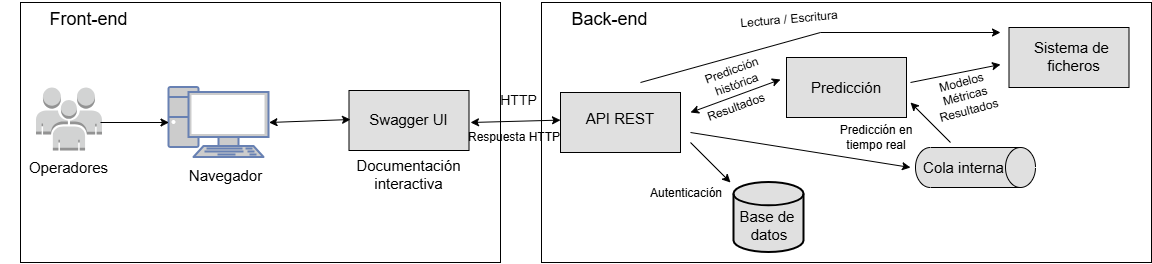
Jorgesi27/TFG_FraudeElectricoML keeps this draw.io diagram as Latex/imagenes/arquitectura_sistema.png. Above is the earlier version. Source tidied: cells renumbered, new cells last; positions are measured from the earlier drawing's top-left corner, leaving out a move shared by most shapes. Its diagram source:
```xml
<mxGraphModel>
  <root>
    <mxCell id="0" />
    <mxCell id="1" parent="0" />
    <mxCell id="2" style="rounded=0;whiteSpace=wrap;html=1;" parent="1" vertex="1">
      <mxGeometry x="20" width="480" height="260" as="geometry" />
    </mxCell>
    <mxCell id="3" style="dashed=0;verticalLabelPosition=bottom;verticalAlign=top;align=center;html=1;shape=mxgraph.aws3.users;fillColor=#D2D3D3;gradientColor=none;" parent="1" vertex="1">
      <mxGeometry x="35.5" y="85" width="66" height="63" as="geometry" />
    </mxCell>
    <mxCell id="4" value="&lt;font style=&quot;font-size: 15px;&quot;&gt;Operadores&lt;/font&gt;" style="text;html=1;whiteSpace=wrap;strokeColor=none;fillColor=none;align=center;verticalAlign=middle;rounded=0;" parent="1" vertex="1">
      <mxGeometry y="148" width="137" height="34" as="geometry" />
    </mxCell>
    <mxCell id="5" style="fontColor=#0066CC;verticalAlign=top;verticalLabelPosition=bottom;labelPosition=center;align=center;html=1;outlineConnect=0;fillColor=#CCCCCC;strokeColor=#6881B3;gradientColor=none;gradientDirection=north;strokeWidth=2;shape=mxgraph.networks.pc;" parent="1" vertex="1">
      <mxGeometry x="168.5" y="85" width="100" height="70" as="geometry" />
    </mxCell>
    <mxCell id="6" value="&lt;font style=&quot;font-size: 15px;&quot;&gt;Navegador&lt;/font&gt;" style="text;html=1;whiteSpace=wrap;strokeColor=none;fillColor=none;align=center;verticalAlign=middle;rounded=0;" parent="1" vertex="1">
      <mxGeometry x="157" y="156.5" width="137" height="34" as="geometry" />
    </mxCell>
    <mxCell id="7" style="rounded=0;whiteSpace=wrap;html=1;fillStyle=solid;fillColor=#E0E0E0;" parent="1" vertex="1">
      <mxGeometry x="348.5" y="88" width="120" height="60" as="geometry" />
    </mxCell>
    <mxCell id="8" value="&lt;font style=&quot;font-size: 15px;&quot;&gt;Swagger UI&lt;/font&gt;" style="text;html=1;whiteSpace=wrap;strokeColor=none;fillColor=none;align=center;verticalAlign=middle;rounded=0;" parent="1" vertex="1">
      <mxGeometry x="350" y="104" width="117" height="26" as="geometry" />
    </mxCell>
    <mxCell id="9" value="&lt;font style=&quot;font-size: 15px;&quot;&gt;Documentación interactiva&lt;/font&gt;" style="text;html=1;whiteSpace=wrap;strokeColor=none;fillColor=none;align=center;verticalAlign=middle;rounded=0;" parent="1" vertex="1">
      <mxGeometry x="340" y="155" width="137" height="34" as="geometry" />
    </mxCell>
    <mxCell id="10" value="&lt;font style=&quot;font-size: 18px;&quot;&gt;Front-end&lt;/font&gt;" style="text;html=1;whiteSpace=wrap;strokeColor=none;fillColor=none;align=center;verticalAlign=middle;rounded=0;" parent="1" vertex="1">
      <mxGeometry x="20" width="137" height="34" as="geometry" />
    </mxCell>
    <mxCell id="11" style="verticalLabelPosition=bottom;verticalAlign=top;html=1;shape=mxgraph.basic.rect;fillColor2=none;strokeWidth=1;size=20;indent=5;" parent="1" vertex="1">
      <mxGeometry x="541" width="610" height="260" as="geometry" />
    </mxCell>
    <mxCell id="12" style="rounded=0;whiteSpace=wrap;html=1;fillStyle=solid;fillColor=#E0E0E0;" parent="1" vertex="1">
      <mxGeometry x="560" y="90" width="120" height="60" as="geometry" />
    </mxCell>
    <mxCell id="13" value="&lt;font style=&quot;font-size: 15px;&quot;&gt;API REST&lt;/font&gt;" style="text;html=1;whiteSpace=wrap;strokeColor=none;fillColor=none;align=center;verticalAlign=middle;rounded=0;" parent="1" vertex="1">
      <mxGeometry x="560" y="102" width="120" height="28" as="geometry" />
    </mxCell>
    <mxCell id="14" style="rounded=0;whiteSpace=wrap;html=1;fillStyle=solid;fillColor=#E0E0E0;" parent="1" vertex="1">
      <mxGeometry x="786" y="55" width="120" height="60" as="geometry" />
    </mxCell>
    <mxCell id="15" value="&lt;font style=&quot;font-size: 15px;&quot;&gt;Predicción&lt;/font&gt;" style="text;html=1;whiteSpace=wrap;strokeColor=none;fillColor=none;align=center;verticalAlign=middle;rounded=0;" parent="1" vertex="1">
      <mxGeometry x="786" y="68" width="120" height="34" as="geometry" />
    </mxCell>
    <mxCell id="16" style="rounded=0;whiteSpace=wrap;html=1;fillStyle=solid;fillColor=#E0E0E0;" parent="1" vertex="1">
      <mxGeometry x="1008.5" y="25" width="120" height="60" as="geometry" />
    </mxCell>
    <mxCell id="17" value="&lt;font style=&quot;font-size: 15px;&quot;&gt;Sistema de&amp;nbsp;&lt;/font&gt;&lt;div&gt;&lt;font style=&quot;font-size: 15px;&quot;&gt;ficheros&lt;/font&gt;&lt;/div&gt;" style="text;html=1;whiteSpace=wrap;strokeColor=none;fillColor=none;align=center;verticalAlign=middle;rounded=0;" parent="1" vertex="1">
      <mxGeometry x="1010" y="37" width="127" height="34" as="geometry" />
    </mxCell>
    <mxCell id="18" style="strokeWidth=2;html=1;shape=mxgraph.flowchart.database;whiteSpace=wrap;fillColor=#E0E0E0;" parent="1" vertex="1">
      <mxGeometry x="733.5" y="180" width="70" height="70" as="geometry" />
    </mxCell>
    <mxCell id="19" value="&lt;font style=&quot;font-size: 15px;&quot;&gt;Base de&amp;nbsp;&lt;/font&gt;&lt;div&gt;&lt;font style=&quot;font-size: 15px;&quot;&gt;datos&lt;/font&gt;&lt;/div&gt;" style="text;html=1;whiteSpace=wrap;strokeColor=none;fillColor=none;align=center;verticalAlign=middle;rounded=0;" parent="1" vertex="1">
      <mxGeometry x="733.5" y="206" width="70" height="34" as="geometry" />
    </mxCell>
    <mxCell id="20" style="shape=cylinder3;whiteSpace=wrap;html=1;boundedLbl=1;backgroundOutline=1;size=15;rotation=90;fillColor=#E0E0E0;" parent="1" vertex="1">
      <mxGeometry x="955" y="105" width="40" height="120" as="geometry" />
    </mxCell>
    <mxCell id="21" value="&lt;font style=&quot;font-size: 15px;&quot;&gt;Cola interna&lt;/font&gt;" style="text;html=1;whiteSpace=wrap;strokeColor=none;fillColor=none;align=center;verticalAlign=middle;rounded=0;" parent="1" vertex="1">
      <mxGeometry x="910" y="148" width="107" height="34" as="geometry" />
    </mxCell>
    <mxCell id="22" style="endArrow=classic;startArrow=classic;html=1;rounded=0;entryX=0;entryY=0.5;entryDx=0;entryDy=0;exitX=1;exitY=0.5;exitDx=0;exitDy=0;exitPerimeter=0;" parent="1" edge="1" source="5" target="8">
      <mxGeometry relative="1" as="geometry" />
    </mxCell>
    <mxCell id="23" style="endArrow=classic;html=1;rounded=0;entryX=0;entryY=0.5;entryDx=0;entryDy=0;entryPerimeter=0;" parent="1" edge="1" target="5">
      <mxGeometry relative="1" as="geometry">
        <mxPoint x="100" y="120" as="sourcePoint" />
      </mxGeometry>
    </mxCell>
    <mxCell id="24" style="endArrow=classic;startArrow=classic;html=1;rounded=0;" parent="1" edge="1" target="13">
      <mxGeometry relative="1" as="geometry">
        <mxPoint x="470" y="120" as="sourcePoint" />
      </mxGeometry>
    </mxCell>
    <mxCell id="25" style="endArrow=classic;html=1;rounded=0;" parent="1" edge="1">
      <mxGeometry relative="1" as="geometry">
        <mxPoint x="690" y="140" as="sourcePoint" />
        <mxPoint x="730" y="180" as="targetPoint" />
      </mxGeometry>
    </mxCell>
    <mxCell id="26" style="endArrow=classic;html=1;rounded=0;entryX=0;entryY=0.5;entryDx=0;entryDy=0;" parent="1" edge="1" target="21">
      <mxGeometry relative="1" as="geometry">
        <mxPoint x="690" y="130" as="sourcePoint" />
      </mxGeometry>
    </mxCell>
    <mxCell id="27" style="endArrow=classic;html=1;rounded=0;" parent="1" edge="1">
      <mxGeometry relative="1" as="geometry">
        <mxPoint x="950" y="140" as="sourcePoint" />
        <mxPoint x="910" y="100" as="targetPoint" />
      </mxGeometry>
    </mxCell>
    <mxCell id="28" style="endArrow=classic;startArrow=classic;html=1;rounded=0;" parent="1" edge="1">
      <mxGeometry relative="1" as="geometry">
        <mxPoint x="690" y="110" as="sourcePoint" />
        <mxPoint x="780" y="77" as="targetPoint" />
      </mxGeometry>
    </mxCell>
    <mxCell id="29" style="endArrow=classic;html=1;rounded=0;" parent="1" edge="1">
      <mxGeometry relative="1" as="geometry">
        <mxPoint x="640" y="80" as="sourcePoint" />
        <mxPoint x="1000" y="30" as="targetPoint" />
        <Array as="points">
          <mxPoint x="820" y="30" />
        </Array>
      </mxGeometry>
    </mxCell>
    <mxCell id="30" style="endArrow=classic;html=1;rounded=0;" parent="1" edge="1">
      <mxGeometry relative="1" as="geometry">
        <mxPoint x="910" y="80" as="sourcePoint" />
        <mxPoint x="1000" y="62" as="targetPoint" />
      </mxGeometry>
    </mxCell>
    <mxCell id="31" value="&lt;font style=&quot;font-size: 18px;&quot;&gt;Back-end&lt;/font&gt;" style="text;html=1;whiteSpace=wrap;strokeColor=none;fillColor=none;align=center;verticalAlign=middle;rounded=0;" parent="1" vertex="1">
      <mxGeometry x="541" width="137" height="34" as="geometry" />
    </mxCell>
    <mxCell id="32" value="&lt;font style=&quot;font-size: 14px;&quot;&gt;HTTP&lt;/font&gt;" style="text;html=1;whiteSpace=wrap;strokeColor=none;fillColor=none;align=center;verticalAlign=middle;rounded=0;" parent="1" vertex="1">
      <mxGeometry x="450" y="81" width="137" height="34" as="geometry" />
    </mxCell>
    <mxCell id="33" value="&lt;font&gt;Respuesta HTTP&lt;/font&gt;" style="text;html=1;whiteSpace=wrap;strokeColor=none;fillColor=none;align=center;verticalAlign=middle;rounded=0;" parent="1" vertex="1">
      <mxGeometry x="458.5" y="120" width="111.5" height="30" as="geometry" />
    </mxCell>
    <mxCell id="34" value="&lt;font&gt;Autenticación&lt;/font&gt;" style="text;html=1;whiteSpace=wrap;strokeColor=none;fillColor=none;align=center;verticalAlign=middle;rounded=0;" parent="1" vertex="1">
      <mxGeometry x="630" y="176" width="111.5" height="30" as="geometry" />
    </mxCell>
    <mxCell id="35" value="&lt;font&gt;Predicción en tiempo real&lt;/font&gt;" style="text;html=1;whiteSpace=wrap;strokeColor=none;fillColor=none;align=center;verticalAlign=middle;rounded=0;" parent="1" vertex="1">
      <mxGeometry x="820" y="120" width="111.5" height="30" as="geometry" />
    </mxCell>
    <mxCell id="36" value="&lt;font&gt;Predicción&lt;/font&gt;&lt;div&gt;&lt;font&gt;histórica&lt;/font&gt;&lt;/div&gt;" style="text;html=1;whiteSpace=wrap;strokeColor=none;fillColor=none;align=center;verticalAlign=middle;rounded=0;rotation=-20;" parent="1" vertex="1">
      <mxGeometry x="678" y="60" width="111.5" height="30" as="geometry" />
    </mxCell>
    <mxCell id="37" value="Resultados" style="text;html=1;whiteSpace=wrap;strokeColor=none;fillColor=none;align=center;verticalAlign=middle;rounded=0;rotation=-20;" parent="1" vertex="1">
      <mxGeometry x="680" y="90" width="111.5" height="30" as="geometry" />
    </mxCell>
    <mxCell id="38" value="Lectura / Escritura" style="text;html=1;whiteSpace=wrap;strokeColor=none;fillColor=none;align=center;verticalAlign=middle;rounded=0;rotation=-5;" parent="1" vertex="1">
      <mxGeometry x="733.5" y="2" width="111.5" height="30" as="geometry" />
    </mxCell>
    <mxCell id="39" value="Modelos&lt;div&gt;Métricas&lt;/div&gt;&lt;div&gt;Resultados&lt;/div&gt;" style="text;html=1;whiteSpace=wrap;strokeColor=none;fillColor=none;align=center;verticalAlign=middle;rounded=0;rotation=-15;" parent="1" vertex="1">
      <mxGeometry x="908.8" y="67.6" width="111.5" height="52" as="geometry" />
    </mxCell>
  </root>
</mxGraphModel>
```
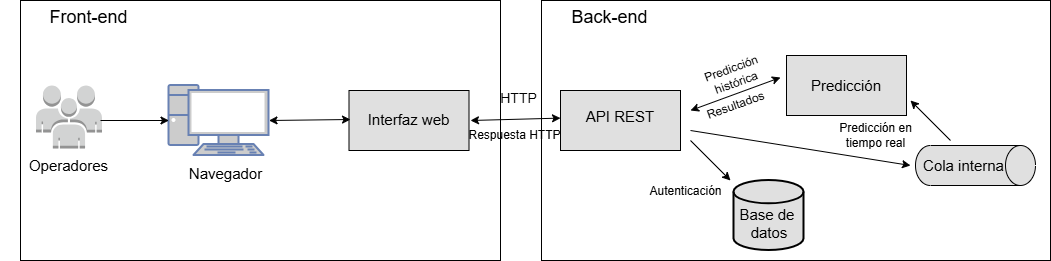
Later version of the same file.

What changed in the source:
```diff
@@ -18,19 +18,16 @@
       <mxGeometry x="157" y="156.5" width="137" height="34" as="geometry" />
     </mxCell>
     <mxCell id="7" style="rounded=0;whiteSpace=wrap;html=1;fillStyle=solid;fillColor=#E0E0E0;" parent="1" vertex="1">
-      <mxGeometry x="348.5" y="88" width="120" height="60" as="geometry" />
+      <mxGeometry x="348.5" y="90" width="120" height="60" as="geometry" />
     </mxCell>
-    <mxCell id="8" value="&lt;font style=&quot;font-size: 15px;&quot;&gt;Swagger UI&lt;/font&gt;" style="text;html=1;whiteSpace=wrap;strokeColor=none;fillColor=none;align=center;verticalAlign=middle;rounded=0;" parent="1" vertex="1">
-      <mxGeometry x="350" y="104" width="117" height="26" as="geometry" />
+    <mxCell id="8" value="&lt;font style=&quot;font-size: 15px;&quot;&gt;Interfaz web&lt;/font&gt;" style="text;html=1;whiteSpace=wrap;strokeColor=none;fillColor=none;align=center;verticalAlign=middle;rounded=0;" parent="1" vertex="1">
+      <mxGeometry x="350" y="106" width="117" height="26" as="geometry" />
     </mxCell>
-    <mxCell id="9" value="&lt;font style=&quot;font-size: 15px;&quot;&gt;Documentación interactiva&lt;/font&gt;" style="text;html=1;whiteSpace=wrap;strokeColor=none;fillColor=none;align=center;verticalAlign=middle;rounded=0;" parent="1" vertex="1">
-      <mxGeometry x="340" y="155" width="137" height="34" as="geometry" />
-    </mxCell>
     <mxCell id="10" value="&lt;font style=&quot;font-size: 18px;&quot;&gt;Front-end&lt;/font&gt;" style="text;html=1;whiteSpace=wrap;strokeColor=none;fillColor=none;align=center;verticalAlign=middle;rounded=0;" parent="1" vertex="1">
       <mxGeometry x="20" width="137" height="34" as="geometry" />
     </mxCell>
     <mxCell id="11" style="verticalLabelPosition=bottom;verticalAlign=top;html=1;shape=mxgraph.basic.rect;fillColor2=none;strokeWidth=1;size=20;indent=5;" parent="1" vertex="1">
-      <mxGeometry x="541" width="610" height="260" as="geometry" />
+      <mxGeometry x="541" width="509" height="260" as="geometry" />
     </mxCell>
     <mxCell id="12" style="rounded=0;whiteSpace=wrap;html=1;fillStyle=solid;fillColor=#E0E0E0;" parent="1" vertex="1">
       <mxGeometry x="560" y="90" width="120" height="60" as="geometry" />
@@ -44,12 +41,6 @@
     <mxCell id="15" value="&lt;font style=&quot;font-size: 15px;&quot;&gt;Predicción&lt;/font&gt;" style="text;html=1;whiteSpace=wrap;strokeColor=none;fillColor=none;align=center;verticalAlign=middle;rounded=0;" parent="1" vertex="1">
       <mxGeometry x="786" y="68" width="120" height="34" as="geometry" />
     </mxCell>
-    <mxCell id="16" style="rounded=0;whiteSpace=wrap;html=1;fillStyle=solid;fillColor=#E0E0E0;" parent="1" vertex="1">
-      <mxGeometry x="1008.5" y="25" width="120" height="60" as="geometry" />
-    </mxCell>
-    <mxCell id="17" value="&lt;font style=&quot;font-size: 15px;&quot;&gt;Sistema de&amp;nbsp;&lt;/font&gt;&lt;div&gt;&lt;font style=&quot;font-size: 15px;&quot;&gt;ficheros&lt;/font&gt;&lt;/div&gt;" style="text;html=1;whiteSpace=wrap;strokeColor=none;fillColor=none;align=center;verticalAlign=middle;rounded=0;" parent="1" vertex="1">
-      <mxGeometry x="1010" y="37" width="127" height="34" as="geometry" />
-    </mxCell>
     <mxCell id="18" style="strokeWidth=2;html=1;shape=mxgraph.flowchart.database;whiteSpace=wrap;fillColor=#E0E0E0;" parent="1" vertex="1">
       <mxGeometry x="733.5" y="180" width="70" height="70" as="geometry" />
     </mxCell>
@@ -98,21 +89,6 @@
         <mxPoint x="780" y="77" as="targetPoint" />
       </mxGeometry>
     </mxCell>
-    <mxCell id="29" style="endArrow=classic;html=1;rounded=0;" parent="1" edge="1">
-      <mxGeometry relative="1" as="geometry">
-        <mxPoint x="640" y="80" as="sourcePoint" />
-        <mxPoint x="1000" y="30" as="targetPoint" />
-        <Array as="points">
-          <mxPoint x="820" y="30" />
-        </Array>
-      </mxGeometry>
-    </mxCell>
-    <mxCell id="30" style="endArrow=classic;html=1;rounded=0;" parent="1" edge="1">
-      <mxGeometry relative="1" as="geometry">
-        <mxPoint x="910" y="80" as="sourcePoint" />
-        <mxPoint x="1000" y="62" as="targetPoint" />
-      </mxGeometry>
-    </mxCell>
     <mxCell id="31" value="&lt;font style=&quot;font-size: 18px;&quot;&gt;Back-end&lt;/font&gt;" style="text;html=1;whiteSpace=wrap;strokeColor=none;fillColor=none;align=center;verticalAlign=middle;rounded=0;" parent="1" vertex="1">
       <mxGeometry x="541" width="137" height="34" as="geometry" />
     </mxCell>
@@ -134,11 +110,5 @@
     <mxCell id="37" value="Resultados" style="text;html=1;whiteSpace=wrap;strokeColor=none;fillColor=none;align=center;verticalAlign=middle;rounded=0;rotation=-20;" parent="1" vertex="1">
       <mxGeometry x="680" y="90" width="111.5" height="30" as="geometry" />
     </mxCell>
-    <mxCell id="38" value="Lectura / Escritura" style="text;html=1;whiteSpace=wrap;strokeColor=none;fillColor=none;align=center;verticalAlign=middle;rounded=0;rotation=-5;" parent="1" vertex="1">
-      <mxGeometry x="733.5" y="2" width="111.5" height="30" as="geometry" />
-    </mxCell>
-    <mxCell id="39" value="Modelos&lt;div&gt;Métricas&lt;/div&gt;&lt;div&gt;Resultados&lt;/div&gt;" style="text;html=1;whiteSpace=wrap;strokeColor=none;fillColor=none;align=center;verticalAlign=middle;rounded=0;rotation=-15;" parent="1" vertex="1">
-      <mxGeometry x="908.8" y="67.6" width="111.5" height="52" as="geometry" />
-    </mxCell>
   </root>
 </mxGraphModel>
```
